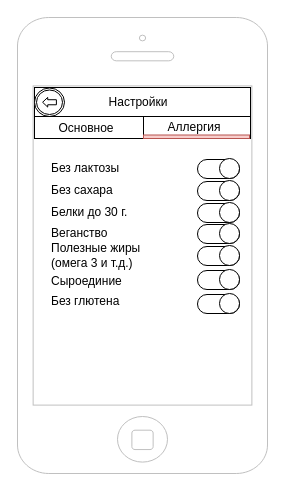
Earlier version of the draw.io diagram page "Page-2" (3 of 7) of Untitled Diagram.drawio (Sans321/jojo). Source tidied: cells renumbered, new cells numbered last; positions are measured from the earlier drawing's top-left corner, leaving out a move shared by most shapes. Both pictures are drawn from the tidied source at 100%, with x=0, y=0 at pixel (17, 17).
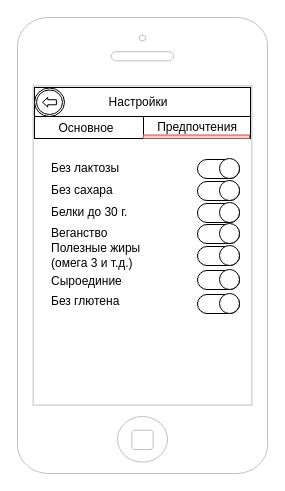
The same diagram, later.

What changed in the source:
```diff
@@
-    <mxCell id="10" value="Аллергия" style="text;html=1;strokeColor=none;fillColor=none;align=center;verticalAlign=middle;whiteSpace=wrap;rounded=0;" parent="1" vertex="1">
-      <mxGeometry x="157" y="100" width="40" height="20" as="geometry" />
+    <mxCell id="10" value="Предпочтения" style="text;html=1;strokeColor=none;fillColor=none;align=center;verticalAlign=middle;whiteSpace=wrap;rounded=0;" parent="1" vertex="1">
+      <mxGeometry x="159.5" y="100" width="40" height="20" as="geometry" />
     </mxCell>
```
